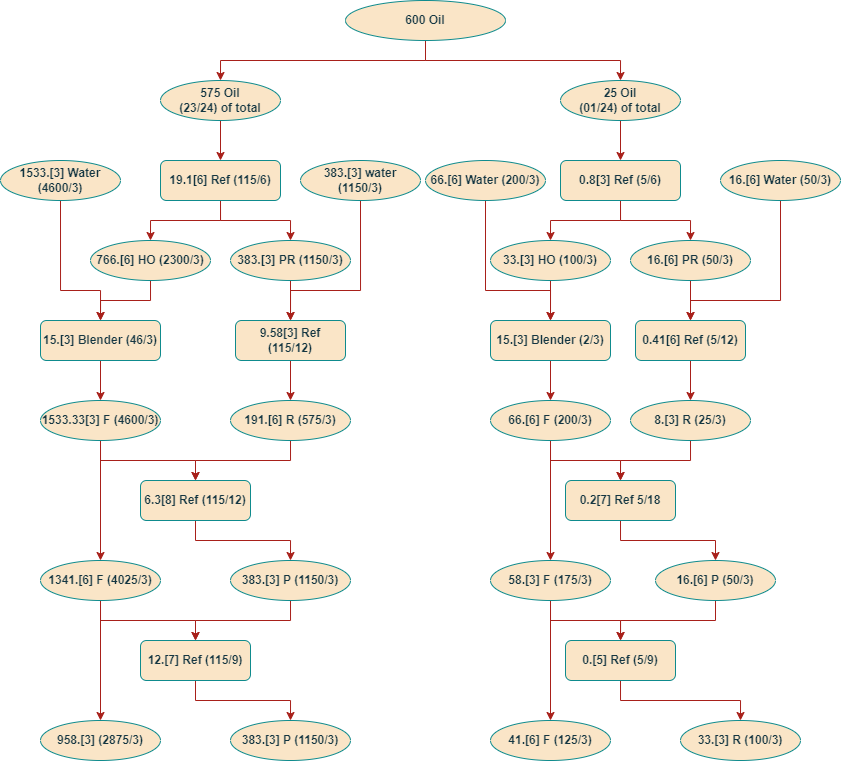
Earlier version of the draw.io export 600OilTo1800Plastic.drawio.png (nlarsen31/Factories). Source tidied: cells renumbered, new cells last; positions are measured from the earlier drawing's top-left corner, leaving out a move shared by most shapes.
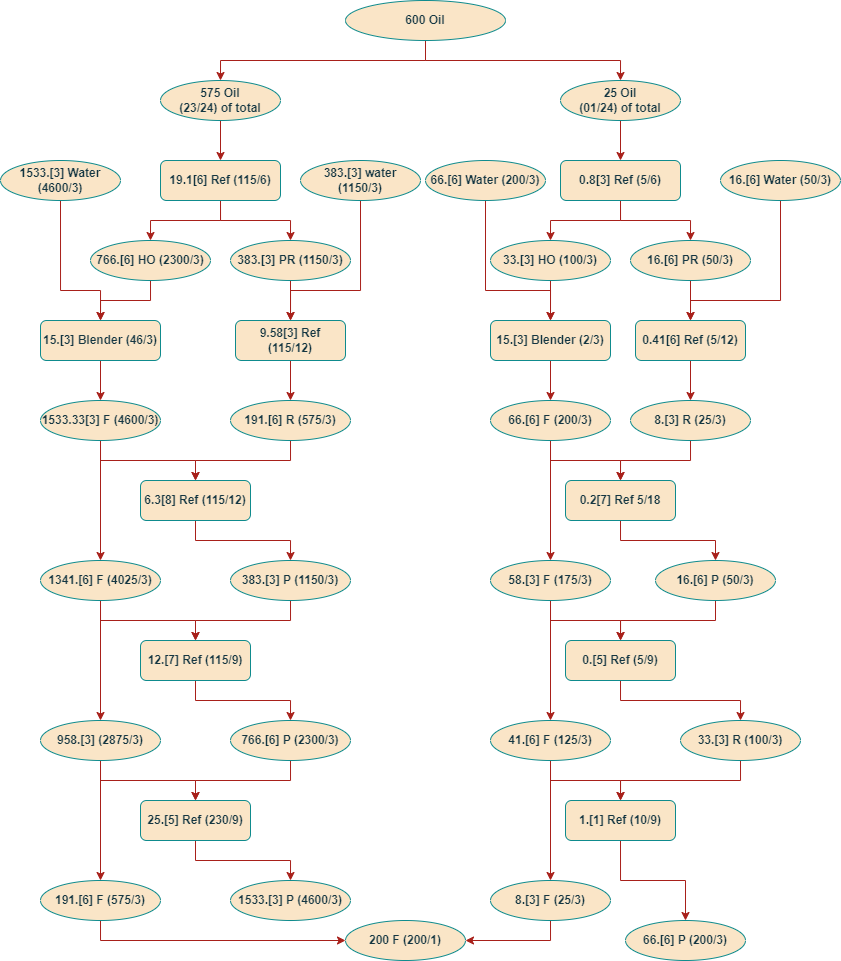
The same file after the commit.

Diff of the diagram source:
```diff
@@ -219,10 +219,19 @@
     <mxCell id="64" value="12.[7] Ref (115/9)" style="rounded=1;whiteSpace=wrap;html=1;strokeColor=#0F8B8D;fontColor=#143642;fillColor=#FAE5C7;fontStyle=1;" parent="1" vertex="1">
       <mxGeometry x="140" y="640" width="110" height="40" as="geometry" />
     </mxCell>
+    <mxCell id="71" style="edgeStyle=orthogonalEdgeStyle;rounded=0;jettySize=auto;html=1;exitX=0.5;exitY=1;exitDx=0;exitDy=0;strokeColor=#A8201A;fontColor=#143642;fillColor=#FAE5C7;" parent="1" edge="1" source="65" target="78">
+      <mxGeometry relative="1" as="geometry" />
+    </mxCell>
+    <mxCell id="72" style="edgeStyle=orthogonalEdgeStyle;rounded=0;jettySize=auto;html=1;exitX=0.5;exitY=1;exitDx=0;exitDy=0;entryX=0.5;entryY=0;entryDx=0;entryDy=0;strokeColor=#A8201A;fontColor=#143642;fillColor=#FAE5C7;" parent="1" edge="1" source="65" target="80">
+      <mxGeometry relative="1" as="geometry" />
+    </mxCell>
     <mxCell id="65" value="958.[3] (2875/3)" style="ellipse;whiteSpace=wrap;html=1;strokeColor=#0F8B8D;fontColor=#143642;fillColor=#FAE5C7;fontStyle=1;" parent="1" vertex="1">
       <mxGeometry x="40" y="720" width="120" height="40" as="geometry" />
     </mxCell>
+    <mxCell id="73" style="edgeStyle=orthogonalEdgeStyle;rounded=0;jettySize=auto;html=1;exitX=0.5;exitY=1;exitDx=0;exitDy=0;entryX=0.5;entryY=0;entryDx=0;entryDy=0;strokeColor=#A8201A;fontColor=#143642;fillColor=#FAE5C7;" parent="1" edge="1" source="66" target="78">
+      <mxGeometry relative="1" as="geometry" />
+    </mxCell>
-    <mxCell id="66" value="383.[3] P (1150/3)" style="ellipse;whiteSpace=wrap;html=1;strokeColor=#0F8B8D;fontColor=#143642;fillColor=#FAE5C7;fontStyle=1;" parent="1" vertex="1">
+    <mxCell id="66" value="766.[6] P (2300/3)" style="ellipse;whiteSpace=wrap;html=1;strokeColor=#0F8B8D;fontColor=#143642;fillColor=#FAE5C7;fontStyle=1;" parent="1" vertex="1">
       <mxGeometry x="230" y="720" width="120" height="40" as="geometry" />
     </mxCell>
     <mxCell id="67" style="edgeStyle=orthogonalEdgeStyle;rounded=0;jettySize=auto;html=1;exitX=0.5;exitY=1;exitDx=0;exitDy=0;strokeColor=#A8201A;fontColor=#143642;fillColor=#FAE5C7;" parent="1" edge="1" source="68" target="70">
@@ -231,11 +240,53 @@
     <mxCell id="68" value="0.[5] Ref (5/9)" style="rounded=1;whiteSpace=wrap;html=1;strokeColor=#0F8B8D;fontColor=#143642;fillColor=#FAE5C7;fontStyle=1;" parent="1" vertex="1">
       <mxGeometry x="565" y="640" width="110" height="40" as="geometry" />
     </mxCell>
+    <mxCell id="74" style="edgeStyle=orthogonalEdgeStyle;rounded=0;jettySize=auto;html=1;exitX=0.5;exitY=1;exitDx=0;exitDy=0;strokeColor=#A8201A;fontColor=#143642;fillColor=#FAE5C7;" parent="1" edge="1" source="69" target="83">
+      <mxGeometry relative="1" as="geometry" />
+    </mxCell>
+    <mxCell id="75" style="edgeStyle=orthogonalEdgeStyle;rounded=0;jettySize=auto;html=1;exitX=0.5;exitY=1;exitDx=0;exitDy=0;strokeColor=#A8201A;fontColor=#143642;fillColor=#FAE5C7;" parent="1" edge="1" source="69" target="86">
+      <mxGeometry relative="1" as="geometry" />
+    </mxCell>
     <mxCell id="69" value="41.[6] F (125/3)" style="ellipse;whiteSpace=wrap;html=1;strokeColor=#0F8B8D;fontColor=#143642;fillColor=#FAE5C7;fontStyle=1;" parent="1" vertex="1">
       <mxGeometry x="490" y="720" width="120" height="40" as="geometry" />
     </mxCell>
+    <mxCell id="76" style="edgeStyle=orthogonalEdgeStyle;rounded=0;jettySize=auto;html=1;exitX=0.5;exitY=1;exitDx=0;exitDy=0;entryX=0.5;entryY=0;entryDx=0;entryDy=0;strokeColor=#A8201A;fontColor=#143642;fillColor=#FAE5C7;" parent="1" edge="1" source="70" target="83">
+      <mxGeometry relative="1" as="geometry" />
+    </mxCell>
     <mxCell id="70" value="33.[3] R (100/3)" style="ellipse;whiteSpace=wrap;html=1;strokeColor=#0F8B8D;fontColor=#143642;fillColor=#FAE5C7;fontStyle=1;" parent="1" vertex="1">
       <mxGeometry x="680" y="720" width="120" height="40" as="geometry" />
     </mxCell>
+    <mxCell id="77" style="edgeStyle=orthogonalEdgeStyle;rounded=0;jettySize=auto;html=1;exitX=0.5;exitY=1;exitDx=0;exitDy=0;strokeColor=#A8201A;fontColor=#143642;fillColor=#FAE5C7;" parent="1" edge="1" source="78" target="81">
+      <mxGeometry relative="1" as="geometry" />
+    </mxCell>
+    <mxCell id="78" value="25.[5] Ref (230/9)" style="rounded=1;whiteSpace=wrap;html=1;strokeColor=#0F8B8D;fontColor=#143642;fillColor=#FAE5C7;fontStyle=1;" parent="1" vertex="1">
+      <mxGeometry x="140" y="800" width="110" height="40" as="geometry" />
+    </mxCell>
+    <mxCell id="79" style="edgeStyle=orthogonalEdgeStyle;rounded=0;jettySize=auto;html=1;exitX=0.5;exitY=1;exitDx=0;exitDy=0;entryX=0;entryY=0.5;entryDx=0;entryDy=0;strokeColor=#A8201A;fontColor=#143642;fillColor=#FAE5C7;" parent="1" edge="1" source="80" target="87">
+      <mxGeometry relative="1" as="geometry" />
+    </mxCell>
+    <mxCell id="80" value="191.[6] F (575/3)" style="ellipse;whiteSpace=wrap;html=1;strokeColor=#0F8B8D;fontColor=#143642;fillColor=#FAE5C7;fontStyle=1;" parent="1" vertex="1">
+      <mxGeometry x="40" y="880" width="120" height="40" as="geometry" />
+    </mxCell>
+    <mxCell id="81" value="1533.[3] P (4600/3)" style="ellipse;whiteSpace=wrap;html=1;strokeColor=#0F8B8D;fontColor=#143642;fillColor=#FAE5C7;fontStyle=1;" parent="1" vertex="1">
+      <mxGeometry x="230" y="880" width="120" height="40" as="geometry" />
+    </mxCell>
+    <mxCell id="82" style="edgeStyle=orthogonalEdgeStyle;rounded=0;jettySize=auto;html=1;exitX=0.5;exitY=1;exitDx=0;exitDy=0;strokeColor=#A8201A;fontColor=#143642;fillColor=#FAE5C7;" parent="1" edge="1" source="83" target="84">
+      <mxGeometry relative="1" as="geometry" />
+    </mxCell>
+    <mxCell id="83" value="1.[1] Ref (10/9)" style="rounded=1;whiteSpace=wrap;html=1;strokeColor=#0F8B8D;fontColor=#143642;fillColor=#FAE5C7;fontStyle=1;" parent="1" vertex="1">
+      <mxGeometry x="565" y="800" width="110" height="40" as="geometry" />
+    </mxCell>
+    <mxCell id="84" value="66.[6] P (200/3)" style="ellipse;whiteSpace=wrap;html=1;strokeColor=#0F8B8D;fontColor=#143642;fillColor=#FAE5C7;fontStyle=1;" parent="1" vertex="1">
+      <mxGeometry x="625" y="920" width="120" height="40" as="geometry" />
+    </mxCell>
+    <mxCell id="85" style="edgeStyle=orthogonalEdgeStyle;rounded=0;jettySize=auto;html=1;exitX=0.5;exitY=1;exitDx=0;exitDy=0;entryX=1;entryY=0.5;entryDx=0;entryDy=0;strokeColor=#A8201A;fontColor=#143642;fillColor=#FAE5C7;" parent="1" edge="1" source="86" target="87">
+      <mxGeometry relative="1" as="geometry" />
+    </mxCell>
+    <mxCell id="86" value="8.[3] F (25/3)" style="ellipse;whiteSpace=wrap;html=1;strokeColor=#0F8B8D;fontColor=#143642;fillColor=#FAE5C7;fontStyle=1;" parent="1" vertex="1">
+      <mxGeometry x="490" y="880" width="120" height="40" as="geometry" />
+    </mxCell>
+    <mxCell id="87" value="200 F (200/1)" style="ellipse;whiteSpace=wrap;html=1;strokeColor=#0F8B8D;fontColor=#143642;fillColor=#FAE5C7;fontStyle=1;" parent="1" vertex="1">
+      <mxGeometry x="345" y="920" width="120" height="40" as="geometry" />
+    </mxCell>
   </root>
 </mxGraphModel>
```
